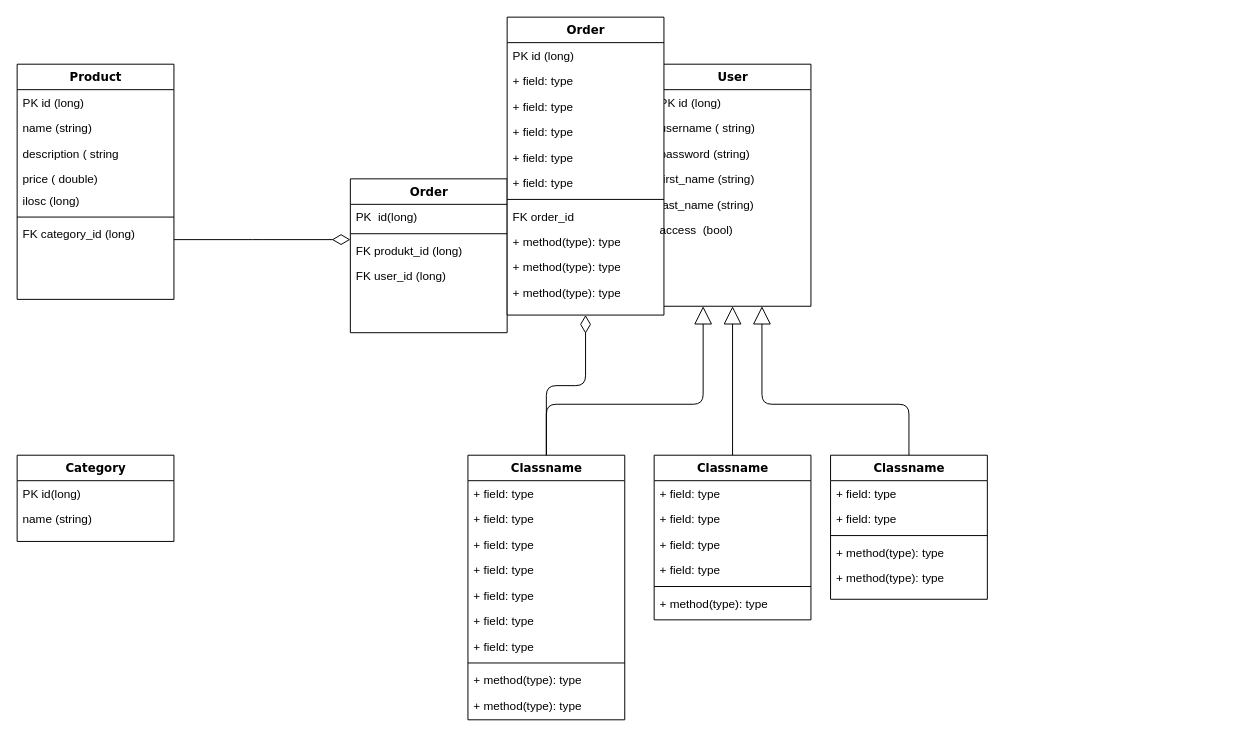
The draw.io diagram Untitled Diagram.drawio in StanislawGlegola/dev-shop, before the edit. Source tidied: cells renumbered, new cells numbered last; positions are measured from the earlier drawing's top-left corner, leaving out a move shared by most shapes. Both pictures are drawn from the tidied source at 98%, with x=0, y=0 at pixel (17, 17).
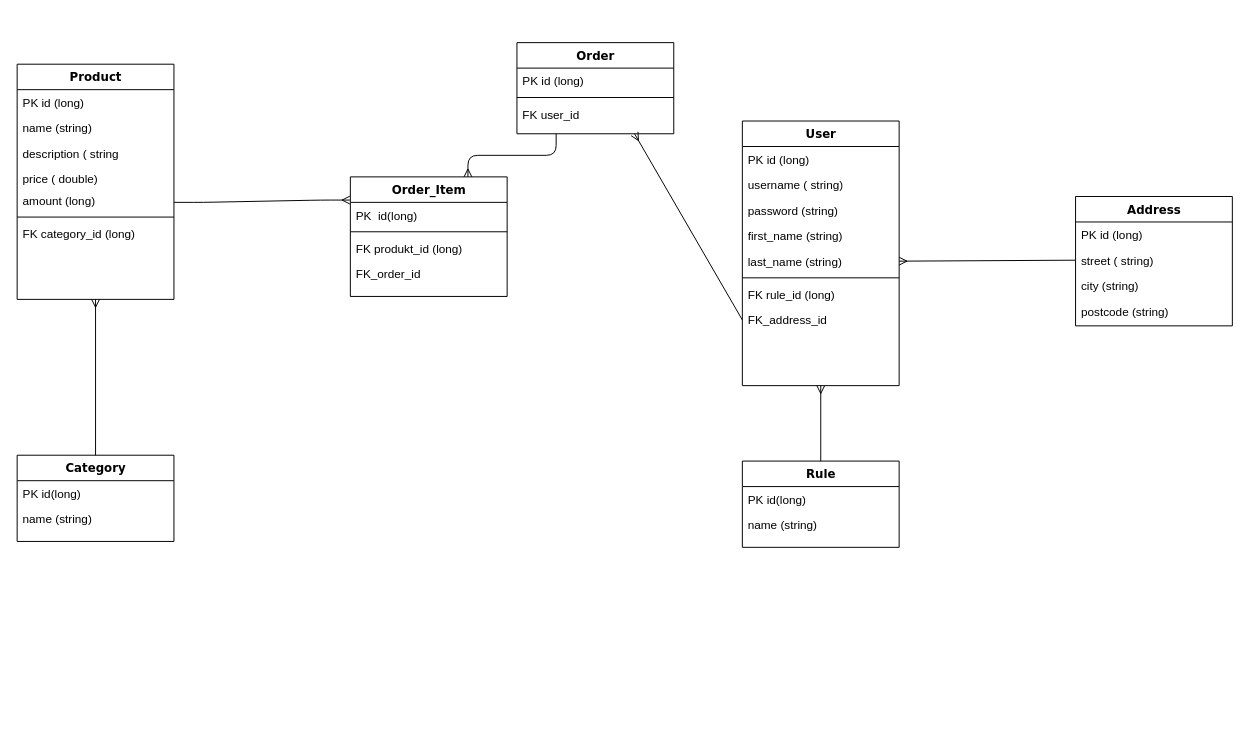
After the change.

The change refers to these unchanged cells:
```xml
<mxCell id="2" value="Product" style="swimlane;html=1;fontStyle=1;align=center;verticalAlign=top;horizontal=1;startSize=26;swimlaneFillColor=#ffffff;rounded=0;shadow=0;comic=0;labelBackgroundColor=none;strokeColor=#000000;strokeWidth=1;fillColor=none;fontFamily=Verdana;fontSize=12;fontColor=#000000;" parent="1" vertex="1">
  <mxGeometry y="48" width="160" height="240" as="geometry" />
</mxCell>
<mxCell id="12" value="PK&amp;nbsp; id(long)" style="text;html=1;strokeColor=none;fillColor=none;align=left;verticalAlign=top;spacingLeft=4;spacingRight=4;whiteSpace=wrap;overflow=hidden;points=[[0,0.5],[1,0.5]];portConstraint=eastwest;" parent="11" vertex="1">
  <mxGeometry y="26" width="160" height="26" as="geometry" />
</mxCell>
<mxCell id="21" value="last_name (string)" style="text;html=1;strokeColor=none;fillColor=none;align=left;verticalAlign=top;spacingLeft=4;spacingRight=4;whiteSpace=wrap;overflow=hidden;points=[[0,0.5],[1,0.5]];portConstraint=eastwest;" parent="16" vertex="1">
  <mxGeometry y="130" width="160" height="26" as="geometry" />
</mxCell>
<mxCell id="22" value="Category" style="swimlane;html=1;fontStyle=1;align=center;verticalAlign=top;horizontal=1;startSize=26;swimlaneFillColor=#ffffff;rounded=0;shadow=0;comic=0;labelBackgroundColor=none;strokeColor=#000000;strokeWidth=1;fillColor=none;fontFamily=Verdana;fontSize=12;fontColor=#000000;" parent="1" vertex="1">
  <mxGeometry y="447" width="160" height="88" as="geometry" />
</mxCell>
```

The edit, as a diff of the source:
```diff
@@
-    <mxCell id="7" value="ilosc (long)" style="text;html=1;strokeColor=none;fillColor=none;align=left;verticalAlign=top;spacingLeft=4;spacingRight=4;whiteSpace=wrap;overflow=hidden;" parent="2" vertex="1">
+    <mxCell id="7" value="amount (long)" style="text;html=1;strokeColor=none;fillColor=none;align=left;verticalAlign=top;spacingLeft=4;spacingRight=4;whiteSpace=wrap;overflow=hidden;" parent="2" vertex="1">
       <mxGeometry y="126" width="160" height="26" as="geometry" />
     </mxCell>
@@
-    <mxCell id="10" style="edgeStyle=elbowEdgeStyle;html=1;labelBackgroundColor=none;startFill=0;startSize=8;endArrow=open;endFill=0;endSize=16;fontFamily=Verdana;fontSize=12;elbow=vertical;dashed=1;" parent="1" edge="1" source="11" target="16">
-      <mxGeometry relative="1" as="geometry" />
-    </mxCell>
-    <mxCell id="11" value="Order" style="swimlane;html=1;fontStyle=1;align=center;verticalAlign=top;horizontal=1;startSize=26;swimlaneFillColor=#ffffff;rounded=0;shadow=0;comic=0;labelBackgroundColor=none;strokeColor=#000000;strokeWidth=1;fillColor=none;fontFamily=Verdana;fontSize=12;fontColor=#000000;" parent="1" vertex="1">
-      <mxGeometry x="340" y="165" width="160" height="157" as="geometry" />
+    <mxCell id="11" value="Order_Item" style="swimlane;html=1;fontStyle=1;align=center;verticalAlign=top;horizontal=1;startSize=26;swimlaneFillColor=#ffffff;rounded=0;shadow=0;comic=0;labelBackgroundColor=none;strokeColor=#000000;strokeWidth=1;fillColor=none;fontFamily=Verdana;fontSize=12;fontColor=#000000;" parent="1" vertex="1">
+      <mxGeometry x="340" y="163" width="160" height="122" as="geometry" />
     </mxCell>
@@
-    <mxCell id="15" value="FK user_id (long)" style="text;html=1;strokeColor=none;fillColor=none;align=left;verticalAlign=top;spacingLeft=4;spacingRight=4;whiteSpace=wrap;overflow=hidden;" parent="11" vertex="1">
-      <mxGeometry y="86" width="160" height="26" as="geometry" />
-    </mxCell>
+    <mxCell id="67" value="FK_order_id" style="text;html=1;strokeColor=none;fillColor=none;align=left;verticalAlign=top;spacingLeft=4;spacingRight=4;whiteSpace=wrap;overflow=hidden;" parent="11" vertex="1">
+      <mxGeometry y="86" width="160" height="34" as="geometry" />
+    </mxCell>
     <mxCell id="16" value="User" style="swimlane;html=1;fontStyle=1;align=center;verticalAlign=top;horizontal=1;startSize=26;swimlaneFillColor=#ffffff;rounded=0;shadow=0;comic=0;labelBackgroundColor=none;strokeColor=#000000;strokeWidth=1;fillColor=none;fontFamily=Verdana;fontSize=12;fontColor=#000000;" parent="1" vertex="1">
-      <mxGeometry x="650" y="48" width="160" height="247" as="geometry" />
+      <mxGeometry x="740" y="106" width="160" height="270" as="geometry" />
     </mxCell>
@@
+    <mxCell id="68" style="line;html=1;strokeWidth=1;fillColor=none;align=left;verticalAlign=middle;spacingTop=-1;spacingLeft=3;spacingRight=3;labelPosition=right;" parent="16" vertex="1">
+      <mxGeometry y="156" width="160" height="8" as="geometry" />
+    </mxCell>
+    <mxCell id="69" value="FK rule_id (long)" style="text;html=1;strokeColor=none;fillColor=none;align=left;verticalAlign=top;spacingLeft=4;spacingRight=4;whiteSpace=wrap;overflow=hidden;" parent="16" vertex="1">
+      <mxGeometry y="164" width="160" height="26" as="geometry" />
+    </mxCell>
+    <mxCell id="70" value="FK_address_id" style="text;html=1;strokeColor=none;fillColor=none;align=left;verticalAlign=top;spacingLeft=4;spacingRight=4;whiteSpace=wrap;overflow=hidden;points=[[0,0.5],[1,0.5]];portConstraint=eastwest;" parent="16" vertex="1">
+      <mxGeometry y="190" width="160" height="26" as="geometry" />
+    </mxCell>
@@
-    <mxCell id="25" style="edgeStyle=elbowEdgeStyle;html=1;labelBackgroundColor=none;startFill=0;startSize=8;endArrow=diamondThin;endFill=0;endSize=16;fontFamily=Verdana;fontSize=12;elbow=vertical;" parent="1" edge="1" source="39" target="26">
-      <mxGeometry relative="1" as="geometry" />
-    </mxCell>
     <mxCell id="26" value="Order" style="swimlane;html=1;fontStyle=1;align=center;verticalAlign=top;horizontal=1;startSize=26;swimlaneFillColor=#ffffff;rounded=0;shadow=0;comic=0;labelBackgroundColor=none;strokeColor=#000000;strokeWidth=1;fillColor=none;fontFamily=Verdana;fontSize=12;fontColor=#000000;" parent="1" vertex="1">
-      <mxGeometry x="500" width="160" height="304" as="geometry" />
+      <mxGeometry x="510" y="26" width="160" height="93" as="geometry" />
     </mxCell>
@@
-    <mxCell id="28" value="+ field: type" style="text;html=1;strokeColor=none;fillColor=none;align=left;verticalAlign=top;spacingLeft=4;spacingRight=4;whiteSpace=wrap;overflow=hidden;" parent="26" vertex="1">
-      <mxGeometry y="52" width="160" height="26" as="geometry" />
-    </mxCell>
-    <mxCell id="29" value="+ field: type" style="text;html=1;strokeColor=none;fillColor=none;align=left;verticalAlign=top;spacingLeft=4;spacingRight=4;whiteSpace=wrap;overflow=hidden;" parent="26" vertex="1">
-      <mxGeometry y="78" width="160" height="26" as="geometry" />
-    </mxCell>
-    <mxCell id="30" value="+ field: type" style="text;html=1;strokeColor=none;fillColor=none;align=left;verticalAlign=top;spacingLeft=4;spacingRight=4;whiteSpace=wrap;overflow=hidden;" parent="26" vertex="1">
-      <mxGeometry y="104" width="160" height="26" as="geometry" />
-    </mxCell>
-    <mxCell id="31" value="+ field: type" style="text;html=1;strokeColor=none;fillColor=none;align=left;verticalAlign=top;spacingLeft=4;spacingRight=4;whiteSpace=wrap;overflow=hidden;" parent="26" vertex="1">
-      <mxGeometry y="130" width="160" height="26" as="geometry" />
-    </mxCell>
-    <mxCell id="32" value="+ field: type" style="text;html=1;strokeColor=none;fillColor=none;align=left;verticalAlign=top;spacingLeft=4;spacingRight=4;whiteSpace=wrap;overflow=hidden;" parent="26" vertex="1">
-      <mxGeometry y="156" width="160" height="26" as="geometry" />
-    </mxCell>
     <mxCell id="33" style="line;html=1;strokeWidth=1;fillColor=none;align=left;verticalAlign=middle;spacingTop=-1;spacingLeft=3;spacingRight=3;labelPosition=right;" parent="26" vertex="1">
-      <mxGeometry y="182" width="160" height="8" as="geometry" />
+      <mxGeometry y="52" width="160" height="8" as="geometry" />
     </mxCell>
-    <mxCell id="34" value="FK order_id" style="text;html=1;strokeColor=none;fillColor=none;align=left;verticalAlign=top;spacingLeft=4;spacingRight=4;whiteSpace=wrap;overflow=hidden;" parent="26" vertex="1">
-      <mxGeometry y="190" width="160" height="26" as="geometry" />
+    <mxCell id="34" value="FK user_id" style="text;html=1;strokeColor=none;fillColor=none;align=left;verticalAlign=top;spacingLeft=4;spacingRight=4;whiteSpace=wrap;overflow=hidden;" parent="26" vertex="1">
+      <mxGeometry y="60" width="160" height="26" as="geometry" />
     </mxCell>
-    <mxCell id="35" value="+ method(type): type" style="text;html=1;strokeColor=none;fillColor=none;align=left;verticalAlign=top;spacingLeft=4;spacingRight=4;whiteSpace=wrap;overflow=hidden;" parent="26" vertex="1">
-      <mxGeometry y="216" width="160" height="26" as="geometry" />
-    </mxCell>
-    <mxCell id="36" value="+ method(type): type" style="text;html=1;strokeColor=none;fillColor=none;align=left;verticalAlign=top;spacingLeft=4;spacingRight=4;whiteSpace=wrap;overflow=hidden;" parent="26" vertex="1">
-      <mxGeometry y="242" width="160" height="26" as="geometry" />
-    </mxCell>
-    <mxCell id="37" value="+ method(type): type" style="text;html=1;strokeColor=none;fillColor=none;align=left;verticalAlign=top;spacingLeft=4;spacingRight=4;whiteSpace=wrap;overflow=hidden;" parent="26" vertex="1">
-      <mxGeometry y="268" width="160" height="26" as="geometry" />
-    </mxCell>
-    <mxCell id="38" style="edgeStyle=orthogonalEdgeStyle;html=1;labelBackgroundColor=none;startFill=0;startSize=8;endArrow=block;endFill=0;endSize=16;fontFamily=Verdana;fontSize=12;" parent="1" edge="1" source="39" target="16">
-      <mxGeometry relative="1" as="geometry">
-        <Array as="points">
-          <mxPoint x="540" y="395" />
-          <mxPoint x="700" y="395" />
-        </Array>
-      </mxGeometry>
-    </mxCell>
-    <mxCell id="39" value="Classname" style="swimlane;html=1;fontStyle=1;align=center;verticalAlign=top;horizontal=1;startSize=26;swimlaneFillColor=#ffffff;rounded=0;shadow=0;comic=0;labelBackgroundColor=none;strokeColor=#000000;strokeWidth=1;fillColor=none;fontFamily=Verdana;fontSize=12;fontColor=#000000;" parent="1" vertex="1">
-      <mxGeometry x="460" y="447" width="160" height="270" as="geometry" />
-    </mxCell>
-    <mxCell id="40" value="+ field: type" style="text;html=1;strokeColor=none;fillColor=none;align=left;verticalAlign=top;spacingLeft=4;spacingRight=4;whiteSpace=wrap;overflow=hidden;" parent="39" vertex="1">
-      <mxGeometry y="26" width="160" height="26" as="geometry" />
-    </mxCell>
-    <mxCell id="41" value="+ field: type" style="text;html=1;strokeColor=none;fillColor=none;align=left;verticalAlign=top;spacingLeft=4;spacingRight=4;whiteSpace=wrap;overflow=hidden;" parent="39" vertex="1">
-      <mxGeometry y="52" width="160" height="26" as="geometry" />
-    </mxCell>
-    <mxCell id="42" value="+ field: type" style="text;html=1;strokeColor=none;fillColor=none;align=left;verticalAlign=top;spacingLeft=4;spacingRight=4;whiteSpace=wrap;overflow=hidden;" parent="39" vertex="1">
-      <mxGeometry y="78" width="160" height="26" as="geometry" />
-    </mxCell>
-    <mxCell id="43" value="+ field: type" style="text;html=1;strokeColor=none;fillColor=none;align=left;verticalAlign=top;spacingLeft=4;spacingRight=4;whiteSpace=wrap;overflow=hidden;" parent="39" vertex="1">
-      <mxGeometry y="104" width="160" height="26" as="geometry" />
-    </mxCell>
-    <mxCell id="44" value="+ field: type" style="text;html=1;strokeColor=none;fillColor=none;align=left;verticalAlign=top;spacingLeft=4;spacingRight=4;whiteSpace=wrap;overflow=hidden;" parent="39" vertex="1">
-      <mxGeometry y="130" width="160" height="26" as="geometry" />
-    </mxCell>
-    <mxCell id="45" value="+ field: type" style="text;html=1;strokeColor=none;fillColor=none;align=left;verticalAlign=top;spacingLeft=4;spacingRight=4;whiteSpace=wrap;overflow=hidden;" parent="39" vertex="1">
-      <mxGeometry y="156" width="160" height="26" as="geometry" />
-    </mxCell>
-    <mxCell id="46" value="+ field: type" style="text;html=1;strokeColor=none;fillColor=none;align=left;verticalAlign=top;spacingLeft=4;spacingRight=4;whiteSpace=wrap;overflow=hidden;" parent="39" vertex="1">
-      <mxGeometry y="182" width="160" height="26" as="geometry" />
-    </mxCell>
-    <mxCell id="47" style="line;html=1;strokeWidth=1;fillColor=none;align=left;verticalAlign=middle;spacingTop=-1;spacingLeft=3;spacingRight=3;labelPosition=right;" parent="39" vertex="1">
-      <mxGeometry y="208" width="160" height="8" as="geometry" />
-    </mxCell>
-    <mxCell id="48" value="+ method(type): type" style="text;html=1;strokeColor=none;fillColor=none;align=left;verticalAlign=top;spacingLeft=4;spacingRight=4;whiteSpace=wrap;overflow=hidden;" parent="39" vertex="1">
-      <mxGeometry y="216" width="160" height="26" as="geometry" />
-    </mxCell>
-    <mxCell id="49" value="+ method(type): type" style="text;html=1;strokeColor=none;fillColor=none;align=left;verticalAlign=top;spacingLeft=4;spacingRight=4;whiteSpace=wrap;overflow=hidden;" parent="39" vertex="1">
-      <mxGeometry y="242" width="160" height="26" as="geometry" />
-    </mxCell>
-    <mxCell id="50" style="edgeStyle=orthogonalEdgeStyle;html=1;labelBackgroundColor=none;startFill=0;startSize=8;endArrow=block;endFill=0;endSize=16;fontFamily=Verdana;fontSize=12;" parent="1" edge="1" source="51" target="16">
-      <mxGeometry relative="1" as="geometry" />
-    </mxCell>
-    <mxCell id="51" value="Classname" style="swimlane;html=1;fontStyle=1;align=center;verticalAlign=top;horizontal=1;startSize=26;swimlaneFillColor=#ffffff;rounded=0;shadow=0;comic=0;labelBackgroundColor=none;strokeColor=#000000;strokeWidth=1;fillColor=none;fontFamily=Verdana;fontSize=12;fontColor=#000000;" parent="1" vertex="1">
-      <mxGeometry x="650" y="447" width="160" height="168" as="geometry" />
-    </mxCell>
-    <mxCell id="52" value="+ field: type" style="text;html=1;strokeColor=none;fillColor=none;align=left;verticalAlign=top;spacingLeft=4;spacingRight=4;whiteSpace=wrap;overflow=hidden;" parent="51" vertex="1">
-      <mxGeometry y="26" width="160" height="26" as="geometry" />
-    </mxCell>
-    <mxCell id="53" value="+ field: type" style="text;html=1;strokeColor=none;fillColor=none;align=left;verticalAlign=top;spacingLeft=4;spacingRight=4;whiteSpace=wrap;overflow=hidden;" parent="51" vertex="1">
-      <mxGeometry y="52" width="160" height="26" as="geometry" />
-    </mxCell>
-    <mxCell id="54" value="+ field: type" style="text;html=1;strokeColor=none;fillColor=none;align=left;verticalAlign=top;spacingLeft=4;spacingRight=4;whiteSpace=wrap;overflow=hidden;" parent="51" vertex="1">
-      <mxGeometry y="78" width="160" height="26" as="geometry" />
-    </mxCell>
-    <mxCell id="55" value="+ field: type" style="text;html=1;strokeColor=none;fillColor=none;align=left;verticalAlign=top;spacingLeft=4;spacingRight=4;whiteSpace=wrap;overflow=hidden;" parent="51" vertex="1">
-      <mxGeometry y="104" width="160" height="26" as="geometry" />
-    </mxCell>
-    <mxCell id="56" style="line;html=1;strokeWidth=1;fillColor=none;align=left;verticalAlign=middle;spacingTop=-1;spacingLeft=3;spacingRight=3;labelPosition=right;" parent="51" vertex="1">
-      <mxGeometry y="130" width="160" height="8" as="geometry" />
-    </mxCell>
-    <mxCell id="57" value="+ method(type): type" style="text;html=1;strokeColor=none;fillColor=none;align=left;verticalAlign=top;spacingLeft=4;spacingRight=4;whiteSpace=wrap;overflow=hidden;" parent="51" vertex="1">
-      <mxGeometry y="138" width="160" height="26" as="geometry" />
-    </mxCell>
-    <mxCell id="58" style="edgeStyle=orthogonalEdgeStyle;html=1;labelBackgroundColor=none;startFill=0;startSize=8;endArrow=block;endFill=0;endSize=16;fontFamily=Verdana;fontSize=12;" parent="1" edge="1" source="59" target="16">
-      <mxGeometry relative="1" as="geometry">
-        <Array as="points">
-          <mxPoint x="910" y="395" />
-          <mxPoint x="760" y="395" />
-        </Array>
-      </mxGeometry>
-    </mxCell>
-    <mxCell id="59" value="Classname" style="swimlane;html=1;fontStyle=1;align=center;verticalAlign=top;horizontal=1;startSize=26;swimlaneFillColor=#ffffff;rounded=0;shadow=0;comic=0;labelBackgroundColor=none;strokeColor=#000000;strokeWidth=1;fillColor=none;fontFamily=Verdana;fontSize=12;fontColor=#000000;" parent="1" vertex="1">
-      <mxGeometry x="830" y="447" width="160" height="147" as="geometry" />
-    </mxCell>
-    <mxCell id="60" value="+ field: type" style="text;html=1;strokeColor=none;fillColor=none;align=left;verticalAlign=top;spacingLeft=4;spacingRight=4;whiteSpace=wrap;overflow=hidden;" parent="59" vertex="1">
-      <mxGeometry y="26" width="160" height="26" as="geometry" />
-    </mxCell>
-    <mxCell id="61" value="+ field: type" style="text;html=1;strokeColor=none;fillColor=none;align=left;verticalAlign=top;spacingLeft=4;spacingRight=4;whiteSpace=wrap;overflow=hidden;" parent="59" vertex="1">
-      <mxGeometry y="52" width="160" height="26" as="geometry" />
-    </mxCell>
-    <mxCell id="62" style="line;html=1;strokeWidth=1;fillColor=none;align=left;verticalAlign=middle;spacingTop=-1;spacingLeft=3;spacingRight=3;labelPosition=right;" parent="59" vertex="1">
-      <mxGeometry y="78" width="160" height="8" as="geometry" />
-    </mxCell>
-    <mxCell id="63" value="+ method(type): type" style="text;html=1;strokeColor=none;fillColor=none;align=left;verticalAlign=top;spacingLeft=4;spacingRight=4;whiteSpace=wrap;overflow=hidden;" parent="59" vertex="1">
-      <mxGeometry y="86" width="160" height="26" as="geometry" />
-    </mxCell>
-    <mxCell id="64" value="+ method(type): type" style="text;html=1;strokeColor=none;fillColor=none;align=left;verticalAlign=top;spacingLeft=4;spacingRight=4;whiteSpace=wrap;overflow=hidden;" parent="59" vertex="1">
-      <mxGeometry y="112" width="160" height="26" as="geometry" />
-    </mxCell>
-    <mxCell id="65" style="edgeStyle=elbowEdgeStyle;html=1;labelBackgroundColor=none;startFill=0;startSize=8;endArrow=diamondThin;endFill=0;endSize=16;fontFamily=Verdana;fontSize=12;elbow=vertical;" parent="1" edge="1" source="2" target="11">
-      <mxGeometry relative="1" as="geometry" />
-    </mxCell>
-    <mxCell id="66" value="access&amp;nbsp; (bool)" style="text;html=1;strokeColor=none;fillColor=none;align=left;verticalAlign=top;spacingLeft=4;spacingRight=4;whiteSpace=wrap;overflow=hidden;" parent="1" vertex="1">
-      <mxGeometry x="650" y="204" width="160" height="26" as="geometry" />
-    </mxCell>
+    <mxCell id="71" value="Rule" style="swimlane;html=1;fontStyle=1;align=center;verticalAlign=top;horizontal=1;startSize=26;swimlaneFillColor=#ffffff;rounded=0;shadow=0;comic=0;labelBackgroundColor=none;strokeColor=#000000;strokeWidth=1;fillColor=none;fontFamily=Verdana;fontSize=12;fontColor=#000000;" parent="1" vertex="1">
+      <mxGeometry x="740" y="453" width="160" height="88" as="geometry" />
+    </mxCell>
+    <mxCell id="72" value="PK id(long)" style="text;html=1;strokeColor=none;fillColor=none;align=left;verticalAlign=top;spacingLeft=4;spacingRight=4;whiteSpace=wrap;overflow=hidden;" parent="71" vertex="1">
+      <mxGeometry y="26" width="160" height="26" as="geometry" />
+    </mxCell>
+    <mxCell id="73" value="name (string)" style="text;html=1;strokeColor=none;fillColor=none;align=left;verticalAlign=top;spacingLeft=4;spacingRight=4;whiteSpace=wrap;overflow=hidden;" parent="71" vertex="1">
+      <mxGeometry y="52" width="160" height="26" as="geometry" />
+    </mxCell>
+    <mxCell id="74" style="edgeStyle=entityRelationEdgeStyle;fontSize=12;html=1;endArrow=ERmany;entryX=-0.003;entryY=-0.09;entryDx=0;entryDy=0;entryPerimeter=0;" parent="1" edge="1" target="12">
+      <mxGeometry relative="1" as="geometry">
+        <mxPoint x="160" y="189" as="sourcePoint" />
+      </mxGeometry>
+    </mxCell>
+    <mxCell id="75" style="fontSize=12;html=1;endArrow=ERmany;entryX=0.5;entryY=1;entryDx=0;entryDy=0;exitX=0.5;exitY=0;exitDx=0;exitDy=0;" parent="1" edge="1" source="71" target="16">
+      <mxGeometry relative="1" as="geometry" />
+    </mxCell>
+    <mxCell id="76" style="fontSize=12;html=1;endArrow=ERmany;entryX=0.5;entryY=1;entryDx=0;entryDy=0;exitX=0.5;exitY=0;exitDx=0;exitDy=0;" parent="1" edge="1" source="22" target="2">
+      <mxGeometry relative="1" as="geometry" />
+    </mxCell>
+    <mxCell id="77" value="Address" style="swimlane;html=1;fontStyle=1;align=center;verticalAlign=top;horizontal=1;startSize=26;swimlaneFillColor=#ffffff;rounded=0;shadow=0;comic=0;labelBackgroundColor=none;strokeColor=#000000;strokeWidth=1;fillColor=none;fontFamily=Verdana;fontSize=12;fontColor=#000000;" parent="1" vertex="1">
+      <mxGeometry x="1080" y="183" width="160" height="132" as="geometry" />
+    </mxCell>
+    <mxCell id="78" value="PK id (long)" style="text;html=1;strokeColor=none;fillColor=none;align=left;verticalAlign=top;spacingLeft=4;spacingRight=4;whiteSpace=wrap;overflow=hidden;" parent="77" vertex="1">
+      <mxGeometry y="26" width="160" height="26" as="geometry" />
+    </mxCell>
+    <mxCell id="79" value="street ( string)" style="text;html=1;strokeColor=none;fillColor=none;align=left;verticalAlign=top;spacingLeft=4;spacingRight=4;whiteSpace=wrap;overflow=hidden;points=[[0,0.5],[1,0.5]];portConstraint=eastwest;" parent="77" vertex="1">
+      <mxGeometry y="52" width="160" height="26" as="geometry" />
+    </mxCell>
+    <mxCell id="80" value="city (string)" style="text;html=1;strokeColor=none;fillColor=none;align=left;verticalAlign=top;spacingLeft=4;spacingRight=4;whiteSpace=wrap;overflow=hidden;" parent="77" vertex="1">
+      <mxGeometry y="78" width="160" height="26" as="geometry" />
+    </mxCell>
+    <mxCell id="81" value="postcode (string)" style="text;html=1;strokeColor=none;fillColor=none;align=left;verticalAlign=top;spacingLeft=4;spacingRight=4;whiteSpace=wrap;overflow=hidden;" parent="77" vertex="1">
+      <mxGeometry y="104" width="160" height="26" as="geometry" />
+    </mxCell>
+    <mxCell id="82" style="fontSize=12;html=1;endArrow=ERmany;entryX=1;entryY=0.5;entryDx=0;entryDy=0;exitX=0;exitY=0.5;exitDx=0;exitDy=0;" parent="1" edge="1" source="79" target="21">
+      <mxGeometry relative="1" as="geometry" />
+    </mxCell>
+    <mxCell id="83" style="fontSize=12;html=1;endArrow=ERmany;entryX=0.75;entryY=1;entryDx=0;entryDy=0;exitX=0;exitY=0.5;exitDx=0;exitDy=0;" parent="1" edge="1" source="70" target="26">
+      <mxGeometry relative="1" as="geometry" />
+    </mxCell>
+    <mxCell id="84" style="fontSize=12;html=1;endArrow=ERmany;entryX=0.75;entryY=0;entryDx=0;entryDy=0;exitX=0.25;exitY=1;exitDx=0;exitDy=0;edgeStyle=orthogonalEdgeStyle;" parent="1" edge="1" source="26" target="11">
+      <mxGeometry relative="1" as="geometry" />
+    </mxCell>
```
